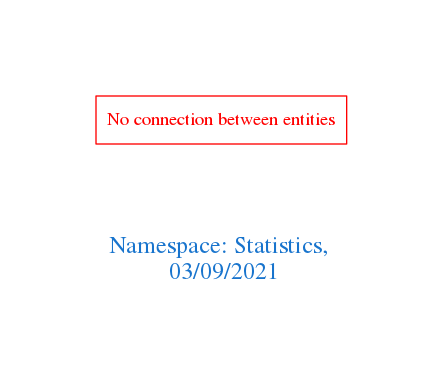
The Graphviz diagram downloads/Statistics.png in arago/OGIT, before a commit. Its source is kept beside it as downloads/Statistics.dot.
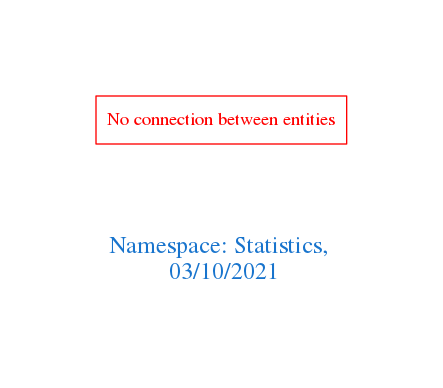
Later version of the same file.

What changed in the source:
```diff
@@ -1,7 +1,7 @@
 digraph OGIT_ontology {
  graph [ rankdir= LR,pad=1
 fontsize = 18,
-fontcolor= dodgerblue3,label = "\n\n\nNamespace: Statistics, \n 03/09/2021"];
+fontcolor= dodgerblue3,label = "\n\n\nNamespace: Statistics, \n 03/10/2021"];
 node[shape=polygon];
 edge [  color="gray81"];
 
```
